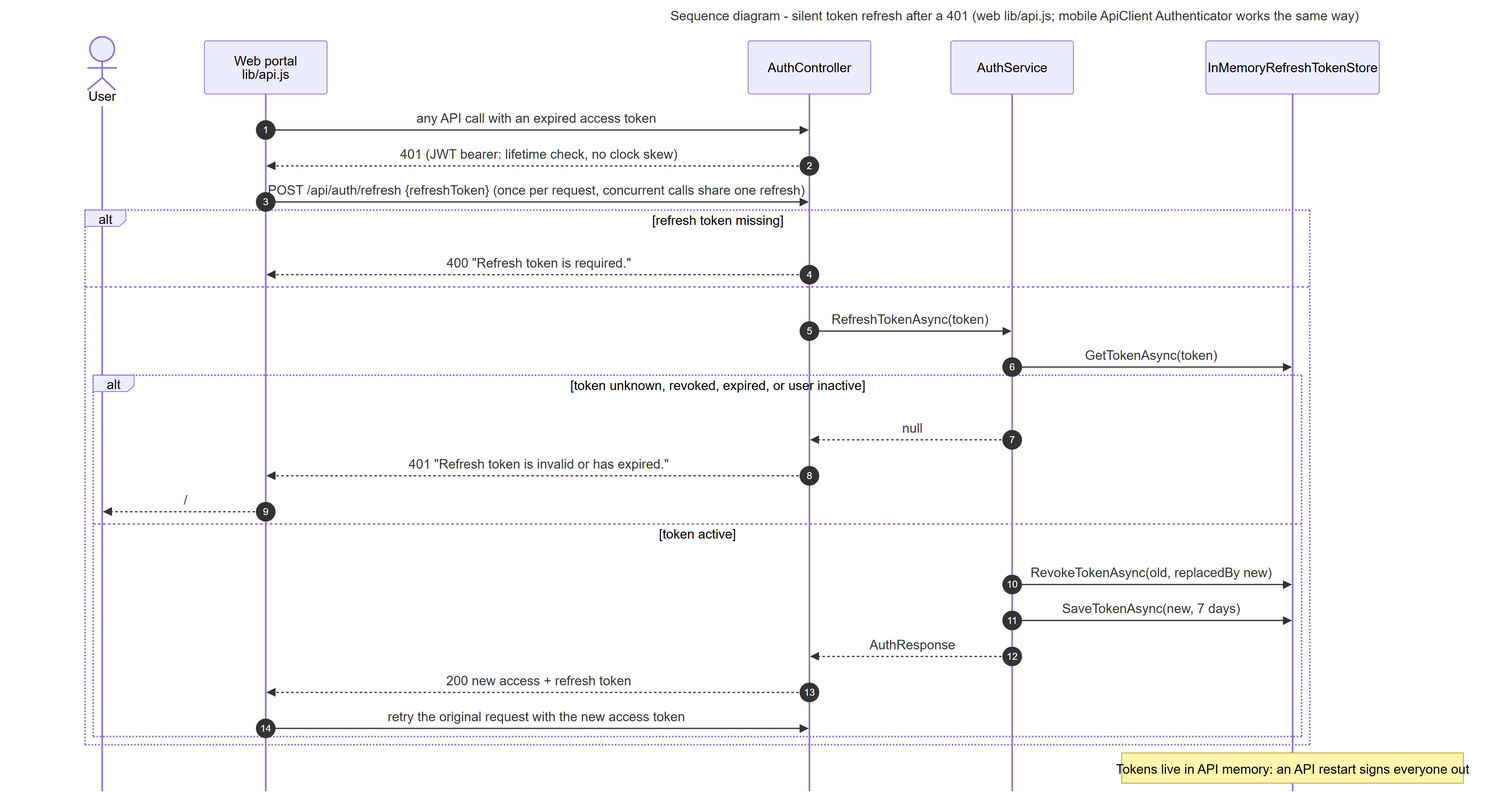
Before: docs/diagrams/seq-token-refresh.png, a diagram exported from Mermaid (Muthambi-Mbulungeni/final-project-api). Its source is kept beside it as docs/diagrams/seq-token-refresh.mmd. The source it was exported from:
```mermaid
---
title: Sequence diagram - silent token refresh after a 401 (web lib/api.js; mobile ApiClient Authenticator works the same way)
---
sequenceDiagram
    autonumber
    actor U as User
    participant W as Web portal<br/>lib/api.js
    participant AC as AuthController
    participant AS as AuthService
    participant RT as InMemoryRefreshTokenStore

    W->>AC: any API call with an expired access token
    AC-->>W: 401 (JWT bearer: lifetime check, no clock skew)
    W->>AC: POST /api/auth/refresh {refreshToken} (once per request, concurrent calls share one refresh)
    alt refresh token missing
        AC-->>W: 400 "Refresh token is required."
    else
        AC->>AS: RefreshTokenAsync(token)
        AS->>RT: GetTokenAsync(token)
        alt token unknown, revoked, expired, or user inactive
            AS-->>AC: null
            AC-->>W: 401 "Refresh token is invalid or has expired."
            W-->>U: /#/login with "session expired", return to the page afterwards
        else token active
            AS->>RT: RevokeTokenAsync(old, replacedBy new)
            AS->>RT: SaveTokenAsync(new, 7 days)
            AS-->>AC: AuthResponse
            AC-->>W: 200 new access + refresh token
            W->>AC: retry the original request with the new access token
        end
    end
    Note over RT: Tokens live in API memory: an API restart signs everyone out
```
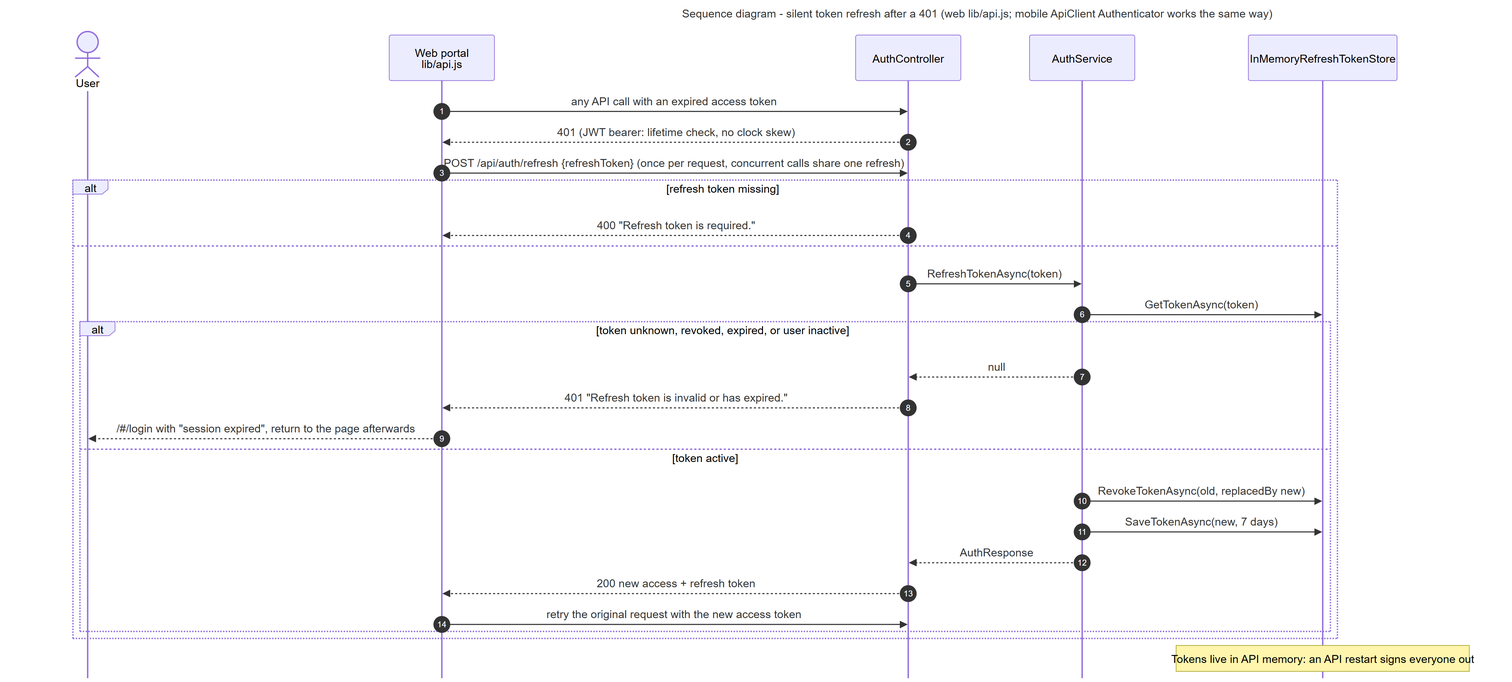
The same file after the commit.

Diff of the diagram source:
```diff
@@ -20,7 +20,7 @@
         alt token unknown, revoked, expired, or user inactive
             AS-->>AC: null
             AC-->>W: 401 "Refresh token is invalid or has expired."
-            W-->>U: /#/login with "session expired", return to the page afterwards
+            W-->>U: /#35;/login with "session expired", return to the page afterwards
         else token active
             AS->>RT: RevokeTokenAsync(old, replacedBy new)
             AS->>RT: SaveTokenAsync(new, 7 days)
```
